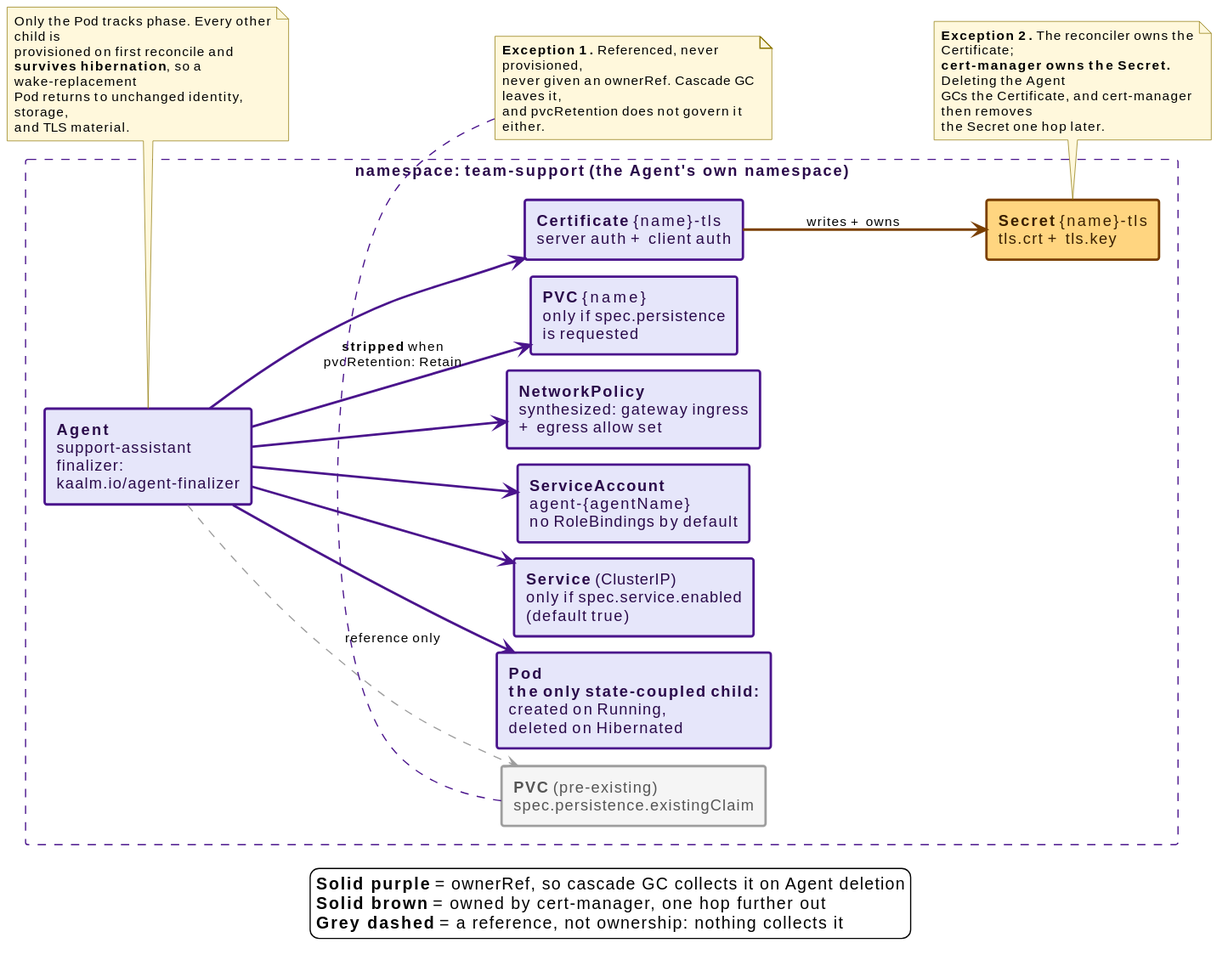
Above: docs/src/diagrams/child-resource-ownership-agent.svg in win07xp/kaalm (PlantUML), before the change.
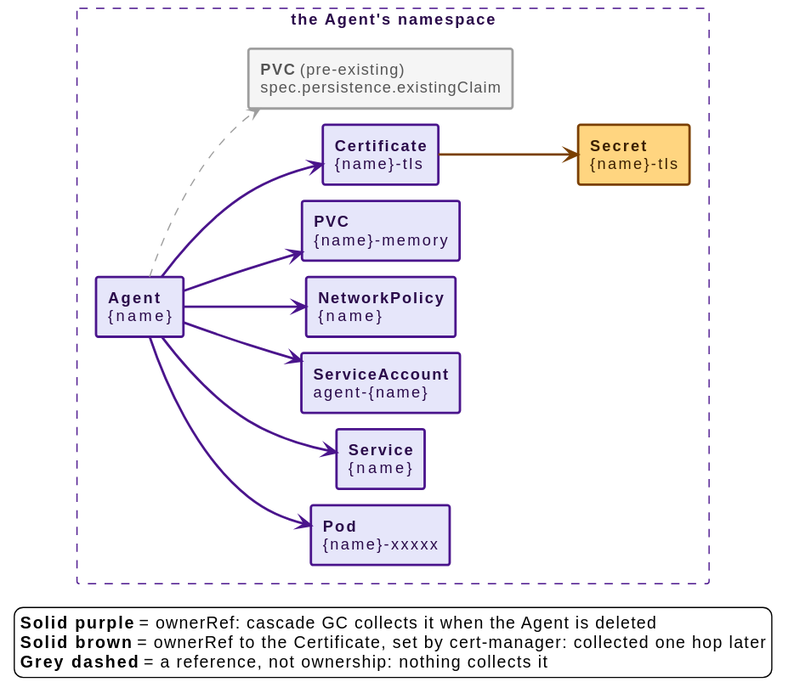
Later version of the same file.

Diff of the diagram source:
```diff
@@ -8,55 +8,30 @@
   roundCorner 4
 }
 
-rectangle "namespace: **team-support** (the Agent's own namespace)" as ns #line:4A148C;line.dashed;text:2a0a4a {
-
-  rectangle "**Agent**\nsupport-assistant\nfinalizer:\nkaalm.io/agent-finalizer" as agent #back:E6E6FA;line:4A148C;line.bold;text:2a0a4a
-
-  rectangle "**Pod**\n**the only state-coupled child:**\ncreated on Running,\ndeleted on Hibernated" as pod #back:E6E6FA;line:4A148C;line.bold;text:2a0a4a
-  rectangle "**Service** (ClusterIP)\nonly if spec.service.enabled\n(default true)" as svc #back:E6E6FA;line:4A148C;line.bold;text:2a0a4a
-  rectangle "**ServiceAccount**\nagent-{agentName}\nno RoleBindings by default" as sa #back:E6E6FA;line:4A148C;line.bold;text:2a0a4a
-  rectangle "**NetworkPolicy**\nsynthesized: gateway ingress\n+ egress allow set" as np #back:E6E6FA;line:4A148C;line.bold;text:2a0a4a
-  rectangle "**PVC** {name}\nonly if spec.persistence\nis requested" as pvc #back:E6E6FA;line:4A148C;line.bold;text:2a0a4a
+rectangle "the Agent's namespace" as ns #line:4A148C;line.dashed;text:2a0a4a {
+  rectangle "**Agent**\n{name}" as agent #back:E6E6FA;line:4A148C;line.bold;text:2a0a4a
+  rectangle "**Pod**\n{name}-xxxxx" as pod #back:E6E6FA;line:4A148C;line.bold;text:2a0a4a
+  rectangle "**Service**\n{name}" as svc #back:E6E6FA;line:4A148C;line.bold;text:2a0a4a
+  rectangle "**ServiceAccount**\nagent-{name}" as sa #back:E6E6FA;line:4A148C;line.bold;text:2a0a4a
+  rectangle "**NetworkPolicy**\n{name}" as np #back:E6E6FA;line:4A148C;line.bold;text:2a0a4a
+  rectangle "**PVC**\n{name}-memory" as pvc #back:E6E6FA;line:4A148C;line.bold;text:2a0a4a
+  rectangle "**Certificate**\n{name}-tls" as cert #back:E6E6FA;line:4A148C;line.bold;text:2a0a4a
+  rectangle "**Secret**\n{name}-tls" as secret #back:FFD580;line:7a3f00;line.bold;text:3a1f00
   rectangle "**PVC** (pre-existing)\nspec.persistence.existingClaim" as extpvc #back:F5F5F5;line:9E9E9E;line.bold;text:555555
-  rectangle "**Certificate** {name}-tls\nserver auth + client auth" as cert #back:E6E6FA;line:4A148C;line.bold;text:2a0a4a
-  rectangle "**Secret** {name}-tls\ntls.crt + tls.key" as secret #back:FFD580;line:7a3f00;line.bold;text:3a1f00
 }
 
 agent -[#4A148C,bold]-> pod
 agent -[#4A148C,bold]-> svc
 agent -[#4A148C,bold]-> sa
 agent -[#4A148C,bold]-> np
-agent -[#4A148C,bold]-> pvc : **stripped** when\npvcRetention: Retain
+agent -[#4A148C,bold]-> pvc
 agent -[#4A148C,bold]-> cert
-
-agent -[#9E9E9E,dashed]-> extpvc : reference only
-
-cert -[#7a3f00,bold]-> secret : writes + owns
-
-note bottom of extpvc
-  **Exception 1.** Referenced, never provisioned,
-  never given an ownerRef. Cascade GC leaves it,
-  and pvcRetention does not govern it either.
-end note
-
-note bottom of secret
-  **Exception 2.** The reconciler owns the Certificate;
-  **cert-manager owns the Secret.** Deleting the Agent
-  GCs the Certificate, and cert-manager then removes
-  the Secret one hop later.
-end note
-
-note bottom of agent
-  Only the Pod tracks phase. Every other child is
-  provisioned on first reconcile and
-  **survives hibernation**, so a wake-replacement
-  Pod returns to unchanged identity, storage,
-  and TLS material.
-end note
+cert -[#7a3f00,bold]-> secret
+agent -[#9E9E9E,dashed]-> extpvc
 
 legend bottom
-  **Solid purple** = ownerRef, so cascade GC collects it on Agent deletion
-  **Solid brown** = owned by cert-manager, one hop further out
+  **Solid purple** = ownerRef: cascade GC collects it when the Agent is deleted
+  **Solid brown** = ownerRef to the Certificate, set by cert-manager: collected one hop later
   **Grey dashed** = a reference, not ownership: nothing collects it
 endlegend
 @enduml
```
